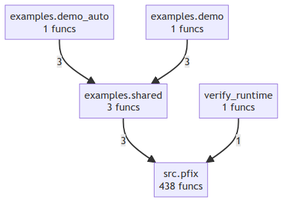
This is project/compact_flow.png from semcod/pfix, a Mermaid export, as it was before one commit. Its source is kept beside it as project/compact_flow.mmd.
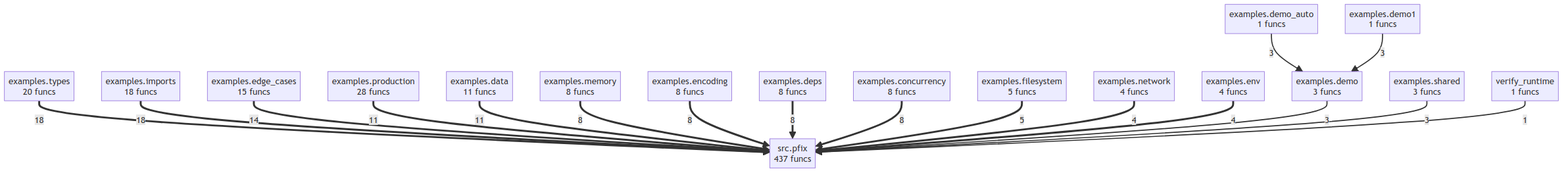
Above is the later version.

The edit, as a diff of the source:
```diff
@@ -1,10 +1,36 @@
 flowchart TD
-    examples__demo["examples.demo<br/>1 funcs"]
+    examples__concurrency["examples.concurrency<br/>8 funcs"]
+    examples__data["examples.data<br/>11 funcs"]
+    examples__demo["examples.demo<br/>3 funcs"]
+    examples__demo1["examples.demo1<br/>1 funcs"]
     examples__demo_auto["examples.demo_auto<br/>1 funcs"]
+    examples__deps["examples.deps<br/>8 funcs"]
+    examples__edge_cases["examples.edge_cases<br/>15 funcs"]
+    examples__encoding["examples.encoding<br/>8 funcs"]
+    examples__env["examples.env<br/>4 funcs"]
+    examples__filesystem["examples.filesystem<br/>5 funcs"]
+    examples__imports["examples.imports<br/>18 funcs"]
+    examples__memory["examples.memory<br/>8 funcs"]
+    examples__network["examples.network<br/>4 funcs"]
+    examples__production["examples.production<br/>28 funcs"]
     examples__shared["examples.shared<br/>3 funcs"]
-    src__pfix["src.pfix<br/>438 funcs"]
+    examples__types["examples.types<br/>20 funcs"]
+    src__pfix["src.pfix<br/>437 funcs"]
     verify_runtime["verify_runtime<br/>1 funcs"]
-    examples__demo_auto -->|3| examples__shared
+    examples__types ==>|18| src__pfix
+    examples__imports ==>|18| src__pfix
+    examples__edge_cases ==>|14| src__pfix
+    examples__production ==>|11| src__pfix
+    examples__data ==>|11| src__pfix
+    examples__memory ==>|8| src__pfix
+    examples__encoding ==>|8| src__pfix
+    examples__deps ==>|8| src__pfix
+    examples__concurrency ==>|8| src__pfix
+    examples__filesystem ==>|5| src__pfix
+    examples__network ==>|4| src__pfix
+    examples__env ==>|4| src__pfix
+    examples__demo_auto -->|3| examples__demo
+    examples__demo1 -->|3| examples__demo
+    examples__demo -->|3| src__pfix
     examples__shared -->|3| src__pfix
-    examples__demo -->|3| examples__shared
     verify_runtime -->|1| src__pfix
```
